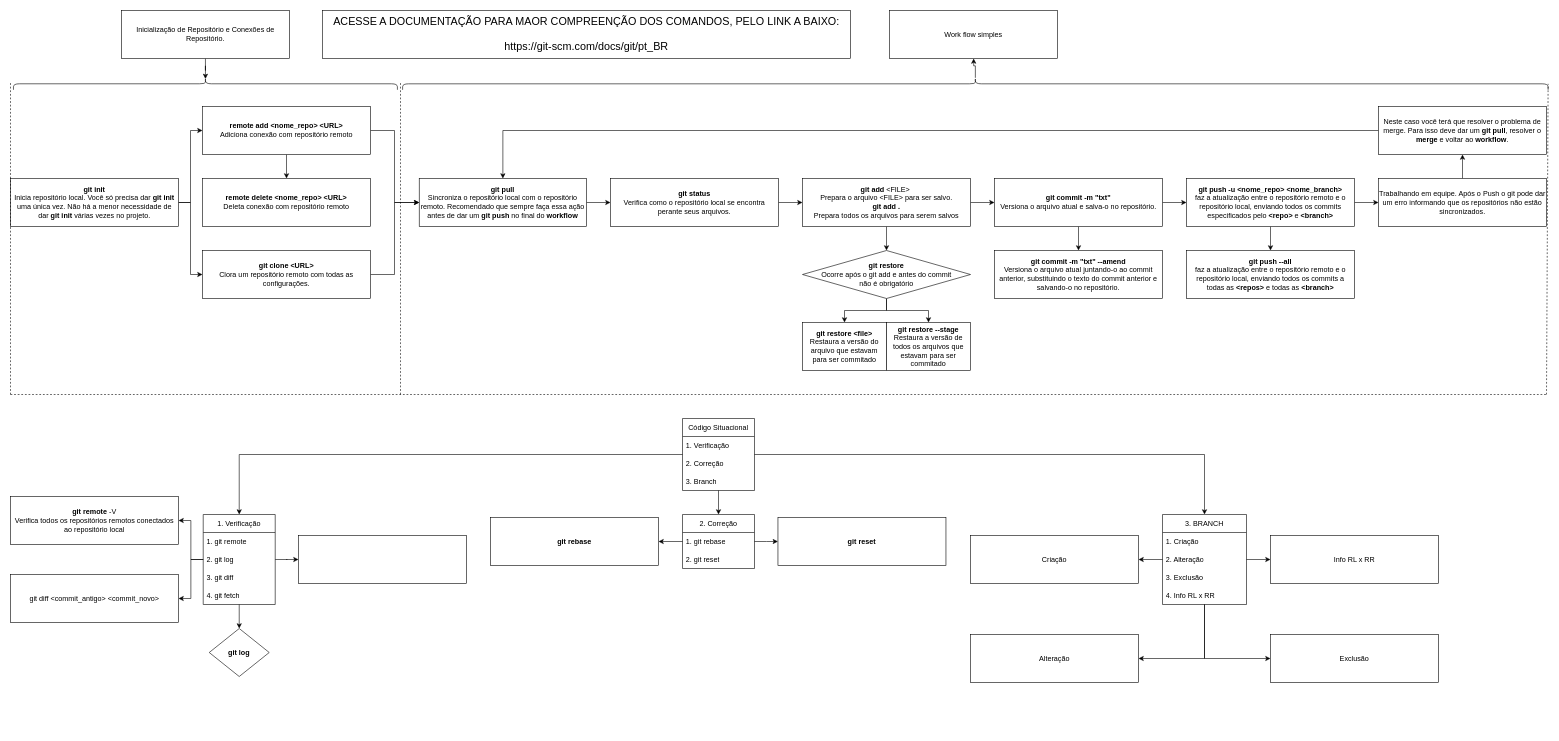
This is Draw_Git/Funcionamento_Git.drawio from Gabrielnbr/Draw, a draw.io file, before an edit. Source tidied: cells renumbered, new cells numbered last; positions are measured from the earlier drawing's top-left corner, leaving out a move shared by most shapes. Both pictures are drawn from the tidied source at 60%, with x=0, y=0 at pixel (10, -489).
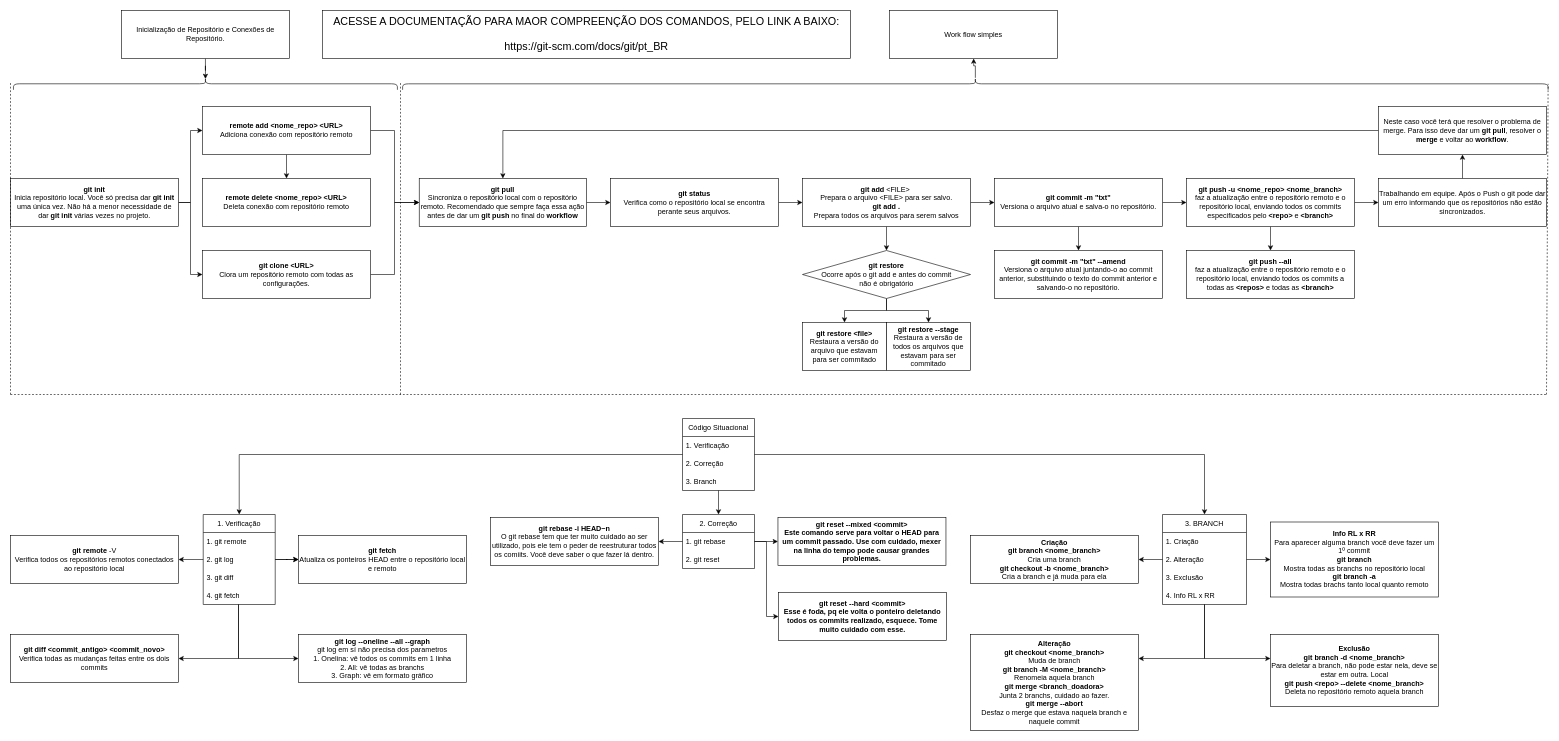
Above is the later version.

Unchanged cells that the change refers to:
```xml
<mxCell id="60" value="1. Verificação" style="swimlane;fontStyle=0;horizontal=1;startSize=30;whiteSpace=wrap;html=1;labelBackgroundColor=none;" parent="1" vertex="1">
  <mxGeometry x="321.2" y="1672" width="120" height="150" as="geometry" />
</mxCell>
<mxCell id="67" value="2. Correção" style="swimlane;fontStyle=0;horizontal=1;startSize=30;whiteSpace=wrap;html=1;labelBackgroundColor=none;" parent="1" vertex="1">
  <mxGeometry x="1120" y="1672" width="120" height="90" as="geometry" />
</mxCell>
```

The edit, as a diff of the source:
```diff
@@
-    <mxCell id="57" style="edgeStyle=orthogonalEdgeStyle;rounded=0;jettySize=auto;html=1;labelBackgroundColor=none;fontColor=default;" parent="1" edge="1" source="60" target="71">
-      <mxGeometry relative="1" as="geometry" />
-    </mxCell>
     <mxCell id="58" style="edgeStyle=orthogonalEdgeStyle;rounded=0;jettySize=auto;html=1;labelBackgroundColor=none;fontColor=default;" parent="1" edge="1" source="60" target="72">
-      <mxGeometry relative="1" as="geometry" />
+      <mxGeometry relative="1" as="geometry">
+        <Array as="points">
+          <mxPoint x="380" y="1912" />
+        </Array>
+      </mxGeometry>
     </mxCell>
@@
+    <mxCell id="86" style="edgeStyle=orthogonalEdgeStyle;rounded=0;jettySize=auto;html=1;" parent="1" edge="1" source="60" target="85">
+      <mxGeometry relative="1" as="geometry" />
+    </mxCell>
+    <mxCell id="87" style="edgeStyle=orthogonalEdgeStyle;rounded=0;jettySize=auto;html=1;entryX=0;entryY=0.5;entryDx=0;entryDy=0;" parent="1" edge="1" source="60" target="89">
+      <mxGeometry relative="1" as="geometry">
+        <Array as="points">
+          <mxPoint x="380" y="1912" />
+        </Array>
+      </mxGeometry>
+    </mxCell>
@@
+    <mxCell id="88" style="edgeStyle=orthogonalEdgeStyle;rounded=0;jettySize=auto;html=1;entryX=0;entryY=0.5;entryDx=0;entryDy=0;" parent="1" edge="1" source="67" target="90">
+      <mxGeometry relative="1" as="geometry" />
+    </mxCell>
@@
     <mxCell id="70" value="&lt;b style=&quot;border-color: var(--border-color);&quot;&gt;git remote&lt;/b&gt;&amp;nbsp;-V&lt;br style=&quot;border-color: var(--border-color);&quot;&gt;Verifica todos os repositórios remotos conectados ao repositório local" style="whiteSpace=wrap;html=1;fontStyle=0;startSize=30;labelBackgroundColor=none;" parent="1" vertex="1">
-      <mxGeometry y="1642" width="280" height="80" as="geometry" />
+      <mxGeometry y="1707" width="280" height="80" as="geometry" />
     </mxCell>
-    <mxCell id="71" value="&lt;b&gt;git log&lt;/b&gt;" style="rhombus;whiteSpace=wrap;html=1;fontStyle=0;startSize=30;labelBackgroundColor=none;" parent="1" vertex="1">
-      <mxGeometry x="331.2" y="1862" width="100" height="80" as="geometry" />
-    </mxCell>
-    <mxCell id="72" value="git diff &amp;lt;commit_antigo&amp;gt; &amp;lt;commit_novo&amp;gt;" style="whiteSpace=wrap;html=1;fontStyle=0;startSize=30;labelBackgroundColor=none;" parent="1" vertex="1">
-      <mxGeometry y="1772" width="280" height="80" as="geometry" />
+    <mxCell id="72" value="&lt;b&gt;git diff &amp;lt;commit_antigo&amp;gt; &amp;lt;commit_novo&amp;gt;&lt;/b&gt;&lt;br&gt;Verifica todas as mudanças feitas entre os dois commits" style="whiteSpace=wrap;html=1;fontStyle=0;startSize=30;labelBackgroundColor=none;" parent="1" vertex="1">
+      <mxGeometry y="1872" width="280" height="80" as="geometry" />
     </mxCell>
-    <mxCell id="73" value="&lt;b&gt;git rebase&lt;/b&gt;" style="whiteSpace=wrap;html=1;fontStyle=0;startSize=30;labelBackgroundColor=none;" parent="1" vertex="1">
+    <mxCell id="73" value="&lt;b&gt;git rebase -i HEAD~n&lt;/b&gt;&lt;br&gt;O git rebase tem que ter muito cuidado ao ser utilizado, pois ele tem o peder de reestruturar todos os comiits. Você deve saber o que fazer lá dentro." style="whiteSpace=wrap;html=1;fontStyle=0;startSize=30;labelBackgroundColor=none;" parent="1" vertex="1">
       <mxGeometry x="800" y="1677" width="280" height="80" as="geometry" />
     </mxCell>
-    <mxCell id="74" value="&lt;b&gt;git reset&lt;/b&gt;" style="whiteSpace=wrap;html=1;fontStyle=0;startSize=30;labelBackgroundColor=none;" parent="1" vertex="1">
+    <mxCell id="74" value="&lt;b&gt;git reset --mixed &amp;lt;commit&amp;gt;&lt;br&gt;Este comando serve para voltar o HEAD para um commit passado. Use com cuidado, mexer na linha do tempo pode causar grandes problemas.&lt;br&gt;&lt;/b&gt;" style="whiteSpace=wrap;html=1;fontStyle=0;startSize=30;labelBackgroundColor=none;" parent="1" vertex="1">
       <mxGeometry x="1279.1" y="1677" width="280" height="80" as="geometry" />
     </mxCell>
-    <mxCell id="75" value="Criação" style="whiteSpace=wrap;html=1;fontStyle=0;startSize=30;labelBackgroundColor=none;" parent="1" vertex="1">
+    <mxCell id="75" value="&lt;b&gt;Criação&lt;/b&gt;&lt;br&gt;&lt;b&gt;git branch &amp;lt;nome_branch&amp;gt;&lt;/b&gt;&lt;br&gt;Cria uma branch&lt;br&gt;&lt;b&gt;git checkout -b &amp;lt;nome_branch&amp;gt;&lt;br&gt;&lt;/b&gt;Cria a branch e já muda para ela" style="whiteSpace=wrap;html=1;fontStyle=0;startSize=30;labelBackgroundColor=none;" parent="1" vertex="1">
       <mxGeometry x="1600" y="1707" width="280" height="80" as="geometry" />
     </mxCell>
-    <mxCell id="76" value="Info RL x RR" style="whiteSpace=wrap;html=1;fontStyle=0;startSize=30;labelBackgroundColor=none;" parent="1" vertex="1">
-      <mxGeometry x="2100" y="1707" width="280" height="80" as="geometry" />
+    <mxCell id="76" value="&lt;b&gt;Info RL x RR&lt;/b&gt;&lt;br&gt;Para aparecer alguma branch você deve fazer um 1º commit&lt;br&gt;&lt;b&gt;git branch&lt;/b&gt;&lt;br&gt;Mostra todas as branchs no repositório local&lt;br&gt;&lt;b&gt;git branch -a&lt;br&gt;&lt;/b&gt;Mostra todas brachs tanto local quanto remoto" style="whiteSpace=wrap;html=1;fontStyle=0;startSize=30;labelBackgroundColor=none;" parent="1" vertex="1">
+      <mxGeometry x="2100" y="1684.5" width="280" height="125" as="geometry" />
     </mxCell>
-    <mxCell id="77" value="Alteração" style="whiteSpace=wrap;html=1;fontStyle=0;startSize=30;labelBackgroundColor=none;" parent="1" vertex="1">
-      <mxGeometry x="1600" y="1872" width="280" height="80" as="geometry" />
+    <mxCell id="77" value="&lt;b&gt;Alteração&lt;/b&gt;&lt;br&gt;&lt;b&gt;git checkout &amp;lt;nome_branch&amp;gt;&lt;/b&gt;&lt;br&gt;Muda de branch&lt;br&gt;&lt;b&gt;git branch -M &amp;lt;nome_branch&amp;gt;&lt;/b&gt;&lt;br&gt;Renomeia aquela branch&lt;br&gt;&lt;b&gt;git merge &amp;lt;branch_doadora&amp;gt;&lt;/b&gt;&lt;br&gt;Junta 2 branchs, cuidado ao fazer.&lt;br&gt;&lt;b&gt;git merge --abort&lt;br&gt;&lt;/b&gt;Desfaz o merge que estava naquela branch e naquele commit" style="whiteSpace=wrap;html=1;fontStyle=0;startSize=30;labelBackgroundColor=none;" parent="1" vertex="1">
+      <mxGeometry x="1600" y="1872" width="280" height="160" as="geometry" />
     </mxCell>
-    <mxCell id="78" value="Exclusão" style="whiteSpace=wrap;html=1;fontStyle=0;startSize=30;labelBackgroundColor=none;" parent="1" vertex="1">
-      <mxGeometry x="2100" y="1872" width="280" height="80" as="geometry" />
+    <mxCell id="78" value="&lt;b&gt;Exclusão&lt;/b&gt;&lt;br&gt;&lt;b&gt;git branch -d &amp;lt;nome_branch&amp;gt;&lt;/b&gt;&lt;br&gt;Para deletar a branch, não pode estar nela, deve se estar em outra. Local&lt;br&gt;&lt;b&gt;git push &amp;lt;repo&amp;gt; --delete &amp;lt;nome_branch&amp;gt;&lt;/b&gt;&lt;br&gt;Deleta no repositório remoto aquela branch" style="whiteSpace=wrap;html=1;fontStyle=0;startSize=30;labelBackgroundColor=none;" parent="1" vertex="1">
+      <mxGeometry x="2100" y="1872" width="280" height="120" as="geometry" />
     </mxCell>
@@
-    <mxCell id="85" style="whiteSpace=wrap;html=1;fontStyle=0;startSize=30;labelBackgroundColor=none;" parent="1" vertex="1">
+    <mxCell id="85" value="&lt;b&gt;git fetch&lt;/b&gt;&lt;br&gt;Atualiza os ponteiros HEAD entre o repositório local e remoto" style="whiteSpace=wrap;html=1;fontStyle=0;startSize=30;labelBackgroundColor=none;" parent="1" vertex="1">
       <mxGeometry x="480" y="1707" width="280" height="80" as="geometry" />
     </mxCell>
+    <mxCell id="89" value="&lt;b&gt;git log --oneline --all --graph&lt;br&gt;&lt;/b&gt;git log em sí não precisa dos parametros&lt;br&gt;1. Onelina: vê todos os commits em 1 linha&lt;br&gt;2. All: vê todas as branchs&lt;br&gt;3. Graph: vê em formato gráfico" style="rounded=0;whiteSpace=wrap;html=1;" parent="1" vertex="1">
+      <mxGeometry x="480" y="1872" width="280" height="80" as="geometry" />
+    </mxCell>
+    <mxCell id="90" value="&lt;b&gt;git reset --hard &amp;lt;commit&amp;gt;&lt;br&gt;Esse é foda, pq ele volta o ponteiro deletando todos os commits realizado, esquece. Tome muito cuidado com esse.&lt;br&gt;&lt;/b&gt;" style="whiteSpace=wrap;html=1;fontStyle=0;startSize=30;labelBackgroundColor=none;" parent="1" vertex="1">
+      <mxGeometry x="1280" y="1802" width="280" height="80" as="geometry" />
+    </mxCell>
```
